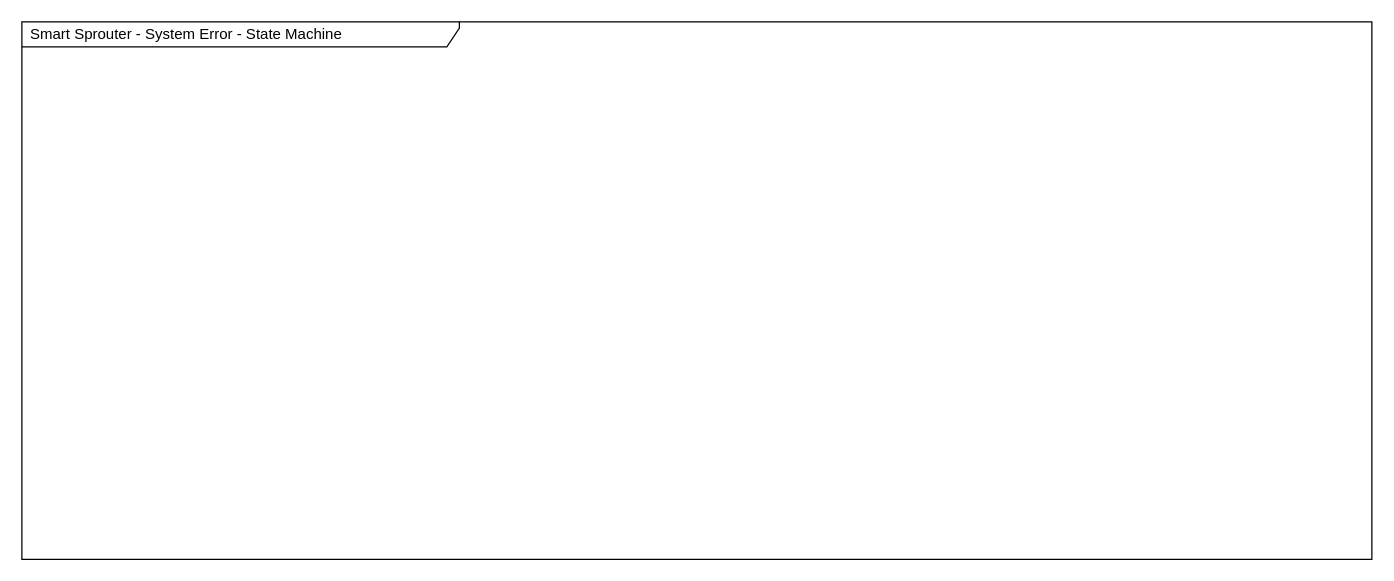
Earlier version of the draw.io diagram page "SystemInError" (3 of 9) of Documents/SmartSprouter_SystemFlow.drawio (EhudVardi/SmartSprouter). Source tidied: cells renumbered, new cells numbered last; positions are measured from the earlier drawing's top-left corner, leaving out a move shared by most shapes. Both pictures are drawn from the tidied source at 125%, with x=0, y=0 at pixel (21, 21).
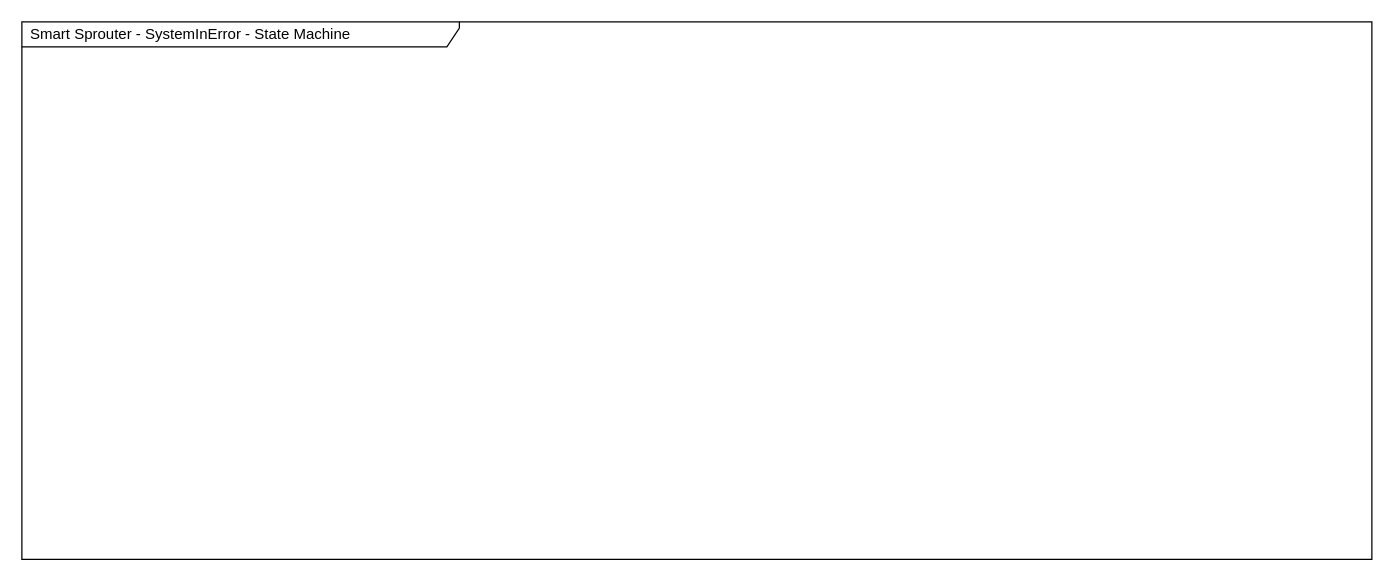
The same page after the edit.

Commit message (it also covers changes not shown here):
update system design diagram

The edit, as a diff of the source:
```diff
@@
 <mxGraphModel>
   <root>
     <mxCell id="0" />
     <mxCell id="1" parent="0" />
-    <mxCell id="2" value="Smart Sprouter - System Error - State Machine" style="shape=umlFrame;whiteSpace=wrap;html=1;width=350;height=20;boundedLbl=1;verticalAlign=middle;align=left;spacingLeft=5;fontColor=#000000;fillColor=default;" parent="1" vertex="1">
+    <mxCell id="2" value="Smart Sprouter -&amp;nbsp;SystemInError - State Machine" style="shape=umlFrame;whiteSpace=wrap;html=1;width=350;height=20;boundedLbl=1;verticalAlign=middle;align=left;spacingLeft=5;fontColor=#000000;fillColor=default;" parent="1" vertex="1">
       <mxGeometry width="1080" height="430" as="geometry" />
     </mxCell>
   </root>
 </mxGraphModel>
```
